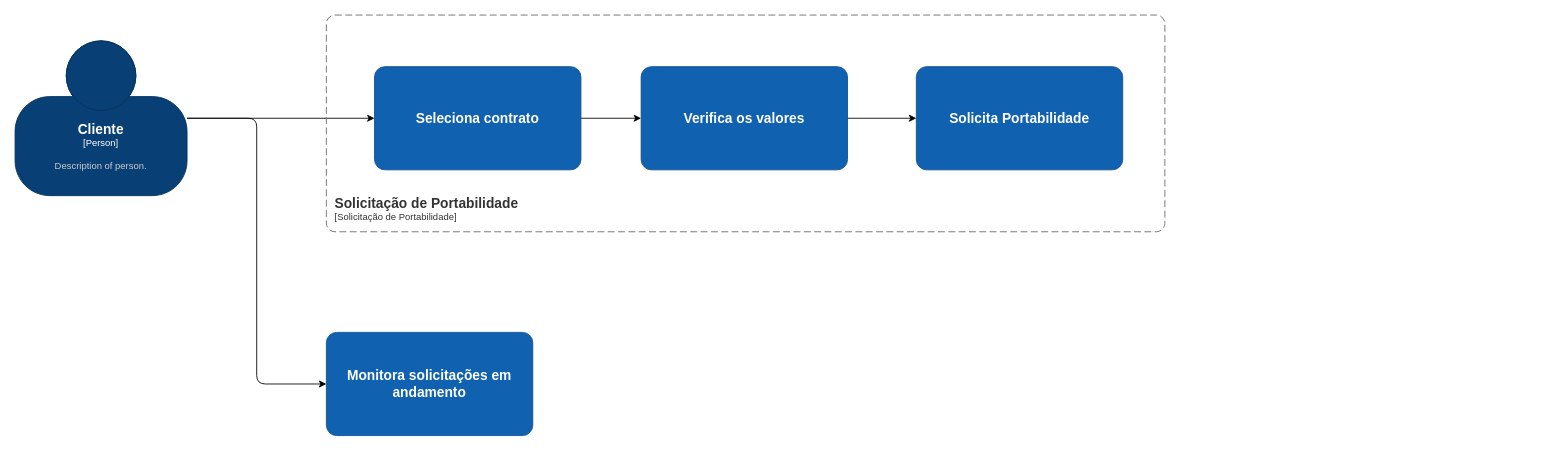
Before: page "Cliente - Jornada Portabilidade de Credito" (2 of 17) of portabilidade_credito.drawio in andreferreiratrindade/portabilidade_credito_draw, a draw.io diagram. Source tidied: cells renumbered, new cells numbered last; positions are measured from the earlier drawing's top-left corner, leaving out a move shared by most shapes. Both pictures are drawn from the tidied source at 86%, with x=0, y=0 at pixel (15, 15).
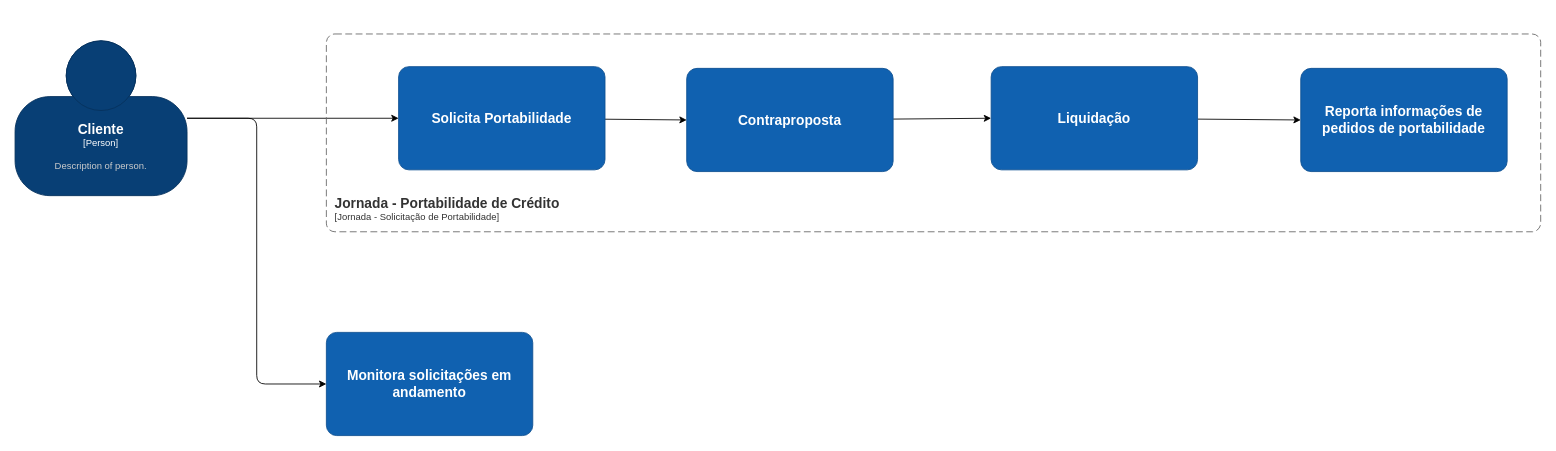
Above is the later version.

Commit message (it also covers changes not shown here):
Add BDD in Contraproposta

What changed in the source:
```diff
@@
 <mxGraphModel>
   <root>
     <mxCell id="0" />
     <mxCell id="1" parent="0" />
     <object id="2" label="&lt;font style=&quot;font-size: 16px&quot;&gt;&lt;b&gt;%c4Name%&lt;/b&gt;&lt;/font&gt;&lt;div&gt;[%c4Type%]&lt;/div&gt;&lt;br&gt;&lt;div&gt;&lt;font style=&quot;font-size: 11px&quot;&gt;&lt;font color=&quot;#cccccc&quot;&gt;%c4Description%&lt;/font&gt;&lt;/div&gt;" c4Description="Description of person." c4Name="Cliente" c4Type="Person" placeholders="1">
       <mxCell style="html=1;fontSize=11;dashed=0;whiteSpace=wrap;fillColor=#083F75;strokeColor=#06315C;fontColor=#ffffff;shape=mxgraph.c4.person2;align=center;points=[[0.5,0,0],[1,0.5,0],[1,0.75,0],[0.75,1,0],[0.5,1,0],[0.25,1,0],[0,0.75,0],[0,0.5,0]];" parent="1" vertex="1">
         <mxGeometry y="30" width="200" height="180" as="geometry" />
       </mxCell>
     </object>
-    <mxCell id="3" style="edgeStyle=orthogonalEdgeStyle;rounded=0;jettySize=auto;html=1;entryX=0;entryY=0.5;entryDx=0;entryDy=0;entryPerimeter=0;" parent="1" edge="1" source="2" target="6">
+    <mxCell id="3" style="edgeStyle=orthogonalEdgeStyle;rounded=0;jettySize=auto;html=1;entryX=0;entryY=0.5;entryDx=0;entryDy=0;entryPerimeter=0;" parent="1" edge="1" source="2" target="9">
       <mxGeometry relative="1" as="geometry" />
     </mxCell>
-    <object id="4" label="&lt;font style=&quot;font-size: 16px&quot;&gt;&lt;b&gt;&lt;div style=&quot;text-align: left&quot;&gt;%c4Name%&lt;/div&gt;&lt;/b&gt;&lt;/font&gt;&lt;div style=&quot;text-align: left&quot;&gt;[%c4Application%]&lt;/div&gt;" c4Application="Solicitação de Portabilidade" c4Name="Solicitação de Portabilidade" placeholders="1">
+    <object id="4" label="&lt;font style=&quot;font-size: 16px&quot;&gt;&lt;b&gt;&lt;div style=&quot;text-align: left&quot;&gt;%c4Name%&lt;/div&gt;&lt;/b&gt;&lt;/font&gt;&lt;div style=&quot;text-align: left&quot;&gt;[%c4Application%]&lt;/div&gt;" c4Application="Jornada - Solicitação de Portabilidade" c4Name="Jornada - Portabilidade de Crédito" placeholders="1">
       <mxCell style="rounded=1;fontSize=11;whiteSpace=wrap;html=1;dashed=1;arcSize=20;fillColor=none;strokeColor=#666666;fontColor=#333333;labelBackgroundColor=none;align=left;verticalAlign=bottom;labelBorderColor=none;spacingTop=0;spacing=10;dashPattern=8 4;perimeter=rectanglePerimeter;noLabel=0;labelPadding=0;absoluteArcSize=1;" parent="1" vertex="1">
-        <mxGeometry x="362" width="975" height="252" as="geometry" />
+        <mxGeometry x="362" y="22" width="1412" height="230" as="geometry" />
       </mxCell>
     </object>
-    <mxCell id="5" style="edgeStyle=orthogonalEdgeStyle;rounded=0;jettySize=auto;html=1;" parent="1" edge="1" source="6" target="8">
-      <mxGeometry relative="1" as="geometry" />
-    </mxCell>
-    <object id="6" label="&lt;font style=&quot;font-size: 16px&quot;&gt;&lt;b&gt;%c4Name%&lt;/b&gt;&lt;/font&gt;&lt;br&gt;&lt;div&gt;&lt;font style=&quot;font-size: 11px&quot;&gt;&lt;font color=&quot;#cccccc&quot;&gt;%c4Description%&lt;/font&gt;&lt;/div&gt;" c4Description="" c4Name="Seleciona contrato" placeholders="1">
-      <mxCell style="rounded=1;whiteSpace=wrap;html=1;labelBackgroundColor=none;fillColor=#1061B0;fontColor=#ffffff;align=center;arcSize=10;strokeColor=#0D5091;points=[[0.25,0,0],[0.5,0,0],[0.75,0,0],[1,0.25,0],[1,0.5,0],[1,0.75,0],[0.75,1,0],[0.5,1,0],[0.25,1,0],[0,0.75,0],[0,0.5,0],[0,0.25,0]];" parent="1" vertex="1">
-        <mxGeometry x="418" y="60" width="240" height="120" as="geometry" />
-      </mxCell>
-    </object>
-    <mxCell id="7" style="edgeStyle=orthogonalEdgeStyle;rounded=0;jettySize=auto;html=1;" parent="1" edge="1" source="8" target="9">
-      <mxGeometry relative="1" as="geometry" />
-    </mxCell>
-    <object id="8" label="&lt;font style=&quot;font-size: 16px&quot;&gt;&lt;b&gt;%c4Name%&lt;/b&gt;&lt;/font&gt;&lt;br&gt;&lt;div&gt;&lt;font style=&quot;font-size: 11px&quot;&gt;&lt;font color=&quot;#cccccc&quot;&gt;%c4Description%&lt;/font&gt;&lt;/div&gt;" c4Description="" c4Name="Verifica os valores" placeholders="1">
-      <mxCell style="rounded=1;whiteSpace=wrap;html=1;labelBackgroundColor=none;fillColor=#1061B0;fontColor=#ffffff;align=center;arcSize=10;strokeColor=#0D5091;points=[[0.25,0,0],[0.5,0,0],[0.75,0,0],[1,0.25,0],[1,0.5,0],[1,0.75,0],[0.75,1,0],[0.5,1,0],[0.25,1,0],[0,0.75,0],[0,0.5,0],[0,0.25,0]];" parent="1" vertex="1">
-        <mxGeometry x="728" y="60" width="240" height="120" as="geometry" />
-      </mxCell>
-    </object>
+    <mxCell id="12" style="edgeStyle=none;html=1;entryX=0;entryY=0.5;entryDx=0;entryDy=0;entryPerimeter=0;" parent="1" edge="1" source="9" target="14">
+      <mxGeometry relative="1" as="geometry" />
+    </mxCell>
     <object id="9" label="&lt;font style=&quot;font-size: 16px&quot;&gt;&lt;b&gt;%c4Name%&lt;/b&gt;&lt;/font&gt;&lt;br&gt;&lt;div&gt;&lt;font style=&quot;font-size: 11px&quot;&gt;&lt;font color=&quot;#cccccc&quot;&gt;%c4Description%&lt;/font&gt;&lt;/div&gt;" c4Description="" c4Name="Solicita Portabilidade" placeholders="1">
       <mxCell style="rounded=1;whiteSpace=wrap;html=1;labelBackgroundColor=none;fillColor=#1061B0;fontColor=#ffffff;align=center;arcSize=10;strokeColor=#0D5091;points=[[0.25,0,0],[0.5,0,0],[0.75,0,0],[1,0.25,0],[1,0.5,0],[1,0.75,0],[0.75,1,0],[0.5,1,0],[0.25,1,0],[0,0.75,0],[0,0.5,0],[0,0.25,0]];" parent="1" vertex="1">
-        <mxGeometry x="1048" y="60" width="240" height="120" as="geometry" />
+        <mxGeometry x="446" y="60" width="240" height="120" as="geometry" />
       </mxCell>
     </object>
     <object id="10" label="&lt;font style=&quot;font-size: 16px&quot;&gt;&lt;b&gt;%c4Name%&lt;/b&gt;&lt;/font&gt;&lt;br&gt;&lt;div&gt;&lt;font style=&quot;font-size: 11px&quot;&gt;&lt;font color=&quot;#cccccc&quot;&gt;%c4Description%&lt;/font&gt;&lt;/div&gt;" c4Description="" c4Name="Monitora solicitações em andamento" placeholders="1">
       <mxCell style="rounded=1;whiteSpace=wrap;html=1;labelBackgroundColor=none;fillColor=#1061B0;fontColor=#ffffff;align=center;arcSize=10;strokeColor=#0D5091;points=[[0.25,0,0],[0.5,0,0],[0.75,0,0],[1,0.25,0],[1,0.5,0],[1,0.75,0],[0.75,1,0],[0.5,1,0],[0.25,1,0],[0,0.75,0],[0,0.5,0],[0,0.25,0]];" parent="1" vertex="1">
         <mxGeometry x="362" y="369" width="240" height="120" as="geometry" />
       </mxCell>
     </object>
     <mxCell id="11" style="edgeStyle=orthogonalEdgeStyle;rounded=1;jettySize=auto;html=1;entryX=0;entryY=0.5;entryDx=0;entryDy=0;entryPerimeter=0;curved=0;" parent="1" edge="1" source="2" target="10">
       <mxGeometry relative="1" as="geometry" />
     </mxCell>
+    <mxCell id="13" style="edgeStyle=none;html=1;entryX=0;entryY=0.5;entryDx=0;entryDy=0;entryPerimeter=0;" parent="1" edge="1" source="14" target="16">
+      <mxGeometry relative="1" as="geometry" />
+    </mxCell>
+    <object id="14" label="&lt;font style=&quot;font-size: 16px&quot;&gt;&lt;b&gt;%c4Name%&lt;/b&gt;&lt;/font&gt;&lt;br&gt;&lt;div&gt;&lt;font style=&quot;font-size: 11px&quot;&gt;&lt;font color=&quot;#cccccc&quot;&gt;%c4Description%&lt;/font&gt;&lt;/div&gt;" c4Description="" c4Name="Contraproposta" placeholders="1">
+      <mxCell style="rounded=1;whiteSpace=wrap;html=1;labelBackgroundColor=none;fillColor=#1061B0;fontColor=#ffffff;align=center;arcSize=10;strokeColor=#0D5091;points=[[0.25,0,0],[0.5,0,0],[0.75,0,0],[1,0.25,0],[1,0.5,0],[1,0.75,0],[0.75,1,0],[0.5,1,0],[0.25,1,0],[0,0.75,0],[0,0.5,0],[0,0.25,0]];" parent="1" vertex="1">
+        <mxGeometry x="781" y="62" width="240" height="120" as="geometry" />
+      </mxCell>
+    </object>
+    <mxCell id="15" style="edgeStyle=none;html=1;entryX=0;entryY=0.5;entryDx=0;entryDy=0;entryPerimeter=0;" parent="1" edge="1" source="16" target="17">
+      <mxGeometry relative="1" as="geometry" />
+    </mxCell>
+    <object id="16" label="&lt;font style=&quot;font-size: 16px&quot;&gt;&lt;b&gt;%c4Name%&lt;/b&gt;&lt;/font&gt;&lt;br&gt;&lt;div&gt;&lt;font style=&quot;font-size: 11px&quot;&gt;&lt;font color=&quot;#cccccc&quot;&gt;%c4Description%&lt;/font&gt;&lt;/div&gt;" c4Description="" c4Name="Liquidação" placeholders="1">
+      <mxCell style="rounded=1;whiteSpace=wrap;html=1;labelBackgroundColor=none;fillColor=#1061B0;fontColor=#ffffff;align=center;arcSize=10;strokeColor=#0D5091;points=[[0.25,0,0],[0.5,0,0],[0.75,0,0],[1,0.25,0],[1,0.5,0],[1,0.75,0],[0.75,1,0],[0.5,1,0],[0.25,1,0],[0,0.75,0],[0,0.5,0],[0,0.25,0]];" parent="1" vertex="1">
+        <mxGeometry x="1135" y="60" width="240" height="120" as="geometry" />
+      </mxCell>
+    </object>
+    <object id="17" label="&lt;font style=&quot;font-size: 16px&quot;&gt;&lt;b&gt;%c4Name%&lt;/b&gt;&lt;/font&gt;&lt;br&gt;&lt;div&gt;&lt;font style=&quot;font-size: 11px&quot;&gt;&lt;font color=&quot;#cccccc&quot;&gt;%c4Description%&lt;/font&gt;&lt;/div&gt;" c4Description="" c4Name="Reporta informações de pedidos de portabilidade" placeholders="1">
+      <mxCell style="rounded=1;whiteSpace=wrap;html=1;labelBackgroundColor=none;fillColor=#1061B0;fontColor=#ffffff;align=center;arcSize=10;strokeColor=#0D5091;points=[[0.25,0,0],[0.5,0,0],[0.75,0,0],[1,0.25,0],[1,0.5,0],[1,0.75,0],[0.75,1,0],[0.5,1,0],[0.25,1,0],[0,0.75,0],[0,0.5,0],[0,0.25,0]];" parent="1" vertex="1">
+        <mxGeometry x="1495" y="62" width="240" height="120" as="geometry" />
+      </mxCell>
+    </object>
   </root>
 </mxGraphModel>
```
